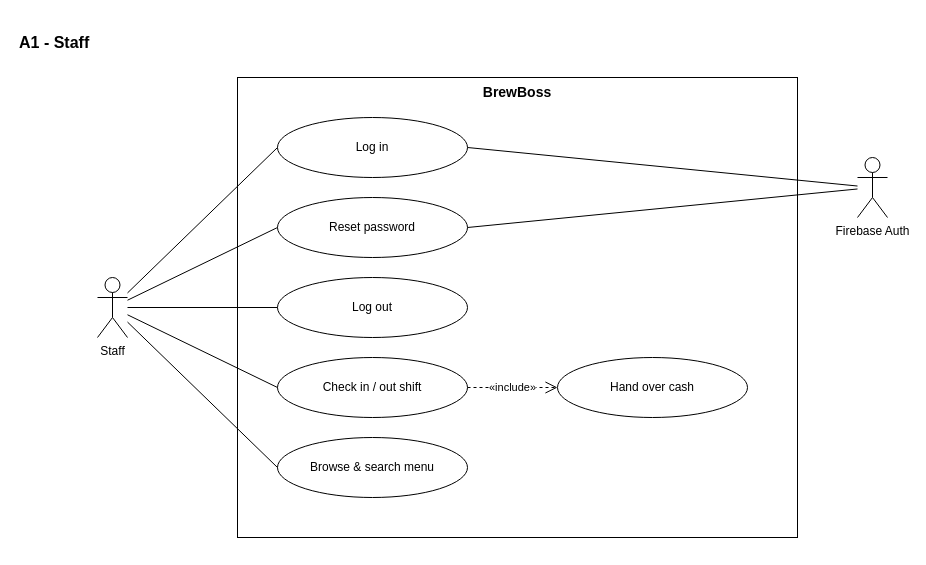
The draw.io diagram page "A1 Staff" (1 of 6) of diagrams/use-case-by-actor.drawio in huytran303/project-prm393, before the edit. Source tidied: cells renumbered, new cells numbered last; positions are measured from the earlier drawing's top-left corner, leaving out a move shared by most shapes. Both pictures are drawn from the tidied source at 100%, with x=0, y=0 at pixel (17, 27).
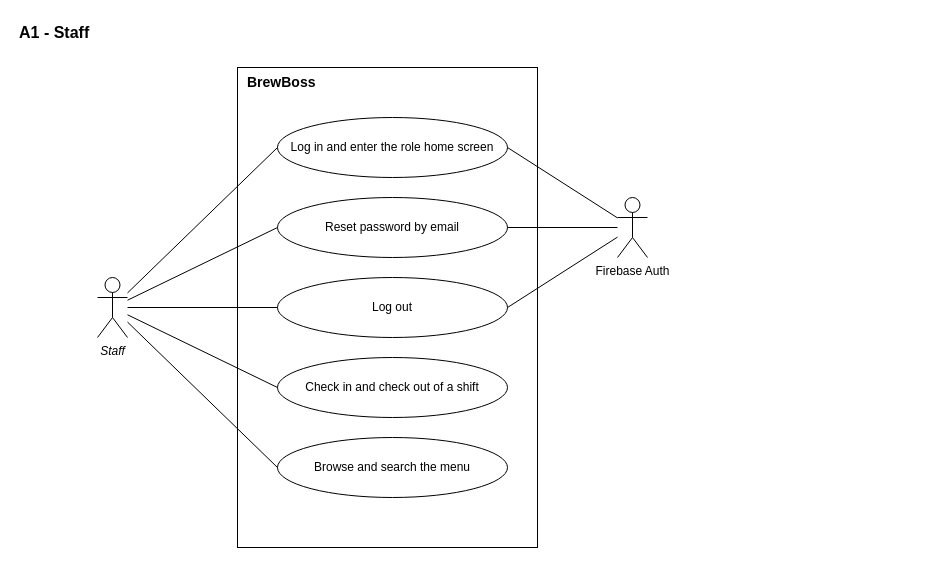
The same diagram, later.

Change to the diagram source:
```diff
@@
 <mxGraphModel>
   <root>
     <mxCell id="0" />
     <mxCell id="1" parent="0" />
     <mxCell id="2" value="A1 - Staff" style="text;html=1;align=left;verticalAlign=middle;fontStyle=1;fontSize=16;" parent="1" vertex="1">
-      <mxGeometry width="700" height="30" as="geometry" />
+      <mxGeometry y="-10" width="700" height="30" as="geometry" />
     </mxCell>
-    <mxCell id="3" value="BrewBoss" style="rounded=0;whiteSpace=wrap;html=1;fillColor=none;verticalAlign=top;fontStyle=1;fontSize=14;" parent="1" vertex="1">
-      <mxGeometry x="220" y="50" width="560" height="460" as="geometry" />
+    <mxCell id="3" value="BrewBoss" style="rounded=0;whiteSpace=wrap;html=1;fillColor=none;verticalAlign=top;align=left;spacingLeft=8;fontStyle=1;fontSize=14;" parent="1" vertex="1">
+      <mxGeometry x="220" y="40" width="300" height="480" as="geometry" />
     </mxCell>
+    <mxCell id="10" value="Staff" style="shape=umlActor;verticalLabelPosition=bottom;verticalAlign=top;html=1;outlineConnect=0;fillColor=#ffffff;fontStyle=2;" parent="1" vertex="1">
+      <mxGeometry x="80" y="250" width="30" height="60" as="geometry" />
+    </mxCell>
-    <mxCell id="4" value="Log in" style="ellipse;whiteSpace=wrap;html=1;fillColor=#ffffff;fontSize=12;" parent="1" vertex="1">
-      <mxGeometry x="260" y="90" width="190" height="60" as="geometry" />
+    <mxCell id="4" value="Log in and enter the role home screen" style="ellipse;whiteSpace=wrap;html=1;fillColor=#ffffff;fontSize=12;" parent="1" vertex="1">
+      <mxGeometry x="260" y="90" width="230" height="60" as="geometry" />
     </mxCell>
+    <mxCell id="13" style="endArrow=none;html=1;rounded=0;entryX=0;entryY=0.5;entryDx=0;entryDy=0;" parent="1" edge="1" source="10" target="4">
+      <mxGeometry relative="1" as="geometry" />
+    </mxCell>
-    <mxCell id="5" value="Reset password" style="ellipse;whiteSpace=wrap;html=1;fillColor=#ffffff;fontSize=12;" parent="1" vertex="1">
-      <mxGeometry x="260" y="170" width="190" height="60" as="geometry" />
+    <mxCell id="5" value="Reset password by email" style="ellipse;whiteSpace=wrap;html=1;fillColor=#ffffff;fontSize=12;" parent="1" vertex="1">
+      <mxGeometry x="260" y="170" width="230" height="60" as="geometry" />
     </mxCell>
+    <mxCell id="14" style="endArrow=none;html=1;rounded=0;entryX=0;entryY=0.5;entryDx=0;entryDy=0;" parent="1" edge="1" source="10" target="5">
+      <mxGeometry relative="1" as="geometry" />
+    </mxCell>
     <mxCell id="6" value="Log out" style="ellipse;whiteSpace=wrap;html=1;fillColor=#ffffff;fontSize=12;" parent="1" vertex="1">
-      <mxGeometry x="260" y="250" width="190" height="60" as="geometry" />
+      <mxGeometry x="260" y="250" width="230" height="60" as="geometry" />
     </mxCell>
+    <mxCell id="15" style="endArrow=none;html=1;rounded=0;entryX=0;entryY=0.5;entryDx=0;entryDy=0;" parent="1" edge="1" source="10" target="6">
+      <mxGeometry relative="1" as="geometry" />
+    </mxCell>
-    <mxCell id="7" value="Check in / out shift" style="ellipse;whiteSpace=wrap;html=1;fillColor=#ffffff;fontSize=12;" parent="1" vertex="1">
-      <mxGeometry x="260" y="330" width="190" height="60" as="geometry" />
+    <mxCell id="7" value="Check in and check out of a shift" style="ellipse;whiteSpace=wrap;html=1;fillColor=#ffffff;fontSize=12;" parent="1" vertex="1">
+      <mxGeometry x="260" y="330" width="230" height="60" as="geometry" />
     </mxCell>
+    <mxCell id="16" style="endArrow=none;html=1;rounded=0;entryX=0;entryY=0.5;entryDx=0;entryDy=0;" parent="1" edge="1" source="10" target="7">
+      <mxGeometry relative="1" as="geometry" />
+    </mxCell>
-    <mxCell id="8" value="Browse &amp;amp; search menu" style="ellipse;whiteSpace=wrap;html=1;fillColor=#ffffff;fontSize=12;" parent="1" vertex="1">
-      <mxGeometry x="260" y="410" width="190" height="60" as="geometry" />
+    <mxCell id="8" value="Browse and search the menu" style="ellipse;whiteSpace=wrap;html=1;fillColor=#ffffff;fontSize=12;" parent="1" vertex="1">
+      <mxGeometry x="260" y="410" width="230" height="60" as="geometry" />
     </mxCell>
-    <mxCell id="9" value="Hand over cash" style="ellipse;whiteSpace=wrap;html=1;fillColor=#ffffff;fontSize=12;" parent="1" vertex="1">
-      <mxGeometry x="540" y="330" width="190" height="60" as="geometry" />
-    </mxCell>
-    <mxCell id="10" value="Staff" style="shape=umlActor;verticalLabelPosition=bottom;verticalAlign=top;html=1;outlineConnect=0;fillColor=#ffffff;" parent="1" vertex="1">
-      <mxGeometry x="80" y="250" width="30" height="60" as="geometry" />
-    </mxCell>
+    <mxCell id="17" style="endArrow=none;html=1;rounded=0;entryX=0;entryY=0.5;entryDx=0;entryDy=0;" parent="1" edge="1" source="10" target="8">
+      <mxGeometry relative="1" as="geometry" />
+    </mxCell>
     <mxCell id="11" value="Firebase Auth" style="shape=umlActor;verticalLabelPosition=bottom;verticalAlign=top;html=1;outlineConnect=0;fillColor=#ffffff;" parent="1" vertex="1">
-      <mxGeometry x="840" y="130" width="30" height="60" as="geometry" />
+      <mxGeometry x="600" y="170" width="30" height="60" as="geometry" />
     </mxCell>
-    <mxCell id="12" style="endArrow=none;html=1;rounded=0;entryX=0;entryY=0.5;entryDx=0;entryDy=0;" parent="1" edge="1" source="10" target="4">
-      <mxGeometry relative="1" as="geometry" />
-    </mxCell>
-    <mxCell id="13" style="endArrow=none;html=1;rounded=0;entryX=0;entryY=0.5;entryDx=0;entryDy=0;" parent="1" edge="1" source="10" target="6">
-      <mxGeometry relative="1" as="geometry" />
-    </mxCell>
-    <mxCell id="14" style="endArrow=none;html=1;rounded=0;entryX=0;entryY=0.5;entryDx=0;entryDy=0;" parent="1" edge="1" source="10" target="5">
-      <mxGeometry relative="1" as="geometry" />
-    </mxCell>
-    <mxCell id="15" style="endArrow=none;html=1;rounded=0;entryX=0;entryY=0.5;entryDx=0;entryDy=0;" parent="1" edge="1" source="10" target="7">
-      <mxGeometry relative="1" as="geometry" />
-    </mxCell>
-    <mxCell id="16" style="endArrow=none;html=1;rounded=0;entryX=0;entryY=0.5;entryDx=0;entryDy=0;" parent="1" edge="1" source="10" target="8">
-      <mxGeometry relative="1" as="geometry" />
-    </mxCell>
-    <mxCell id="17" style="endArrow=none;html=1;rounded=0;exitX=1;exitY=0.5;exitDx=0;exitDy=0;" parent="1" edge="1" source="4" target="11">
-      <mxGeometry relative="1" as="geometry" />
-    </mxCell>
-    <mxCell id="18" style="endArrow=none;html=1;rounded=0;exitX=1;exitY=0.5;exitDx=0;exitDy=0;" parent="1" edge="1" source="5" target="11">
+    <mxCell id="18" style="endArrow=none;html=1;rounded=0;exitX=1;exitY=0.5;exitDx=0;exitDy=0;" parent="1" edge="1" source="4" target="11">
       <mxGeometry relative="1" as="geometry" />
     </mxCell>
-    <mxCell id="19" value="«include»" style="dashed=1;endArrow=open;endFill=0;endSize=10;html=1;rounded=0;fontSize=11;labelBackgroundColor=#ffffff;" parent="1" edge="1" source="7" target="9">
+    <mxCell id="19" style="endArrow=none;html=1;rounded=0;exitX=1;exitY=0.5;exitDx=0;exitDy=0;" parent="1" edge="1" source="5" target="11">
       <mxGeometry relative="1" as="geometry" />
     </mxCell>
+    <mxCell id="20" style="endArrow=none;html=1;rounded=0;exitX=1;exitY=0.5;exitDx=0;exitDy=0;" parent="1" edge="1" source="6" target="11">
+      <mxGeometry relative="1" as="geometry" />
+    </mxCell>
   </root>
 </mxGraphModel>
```
